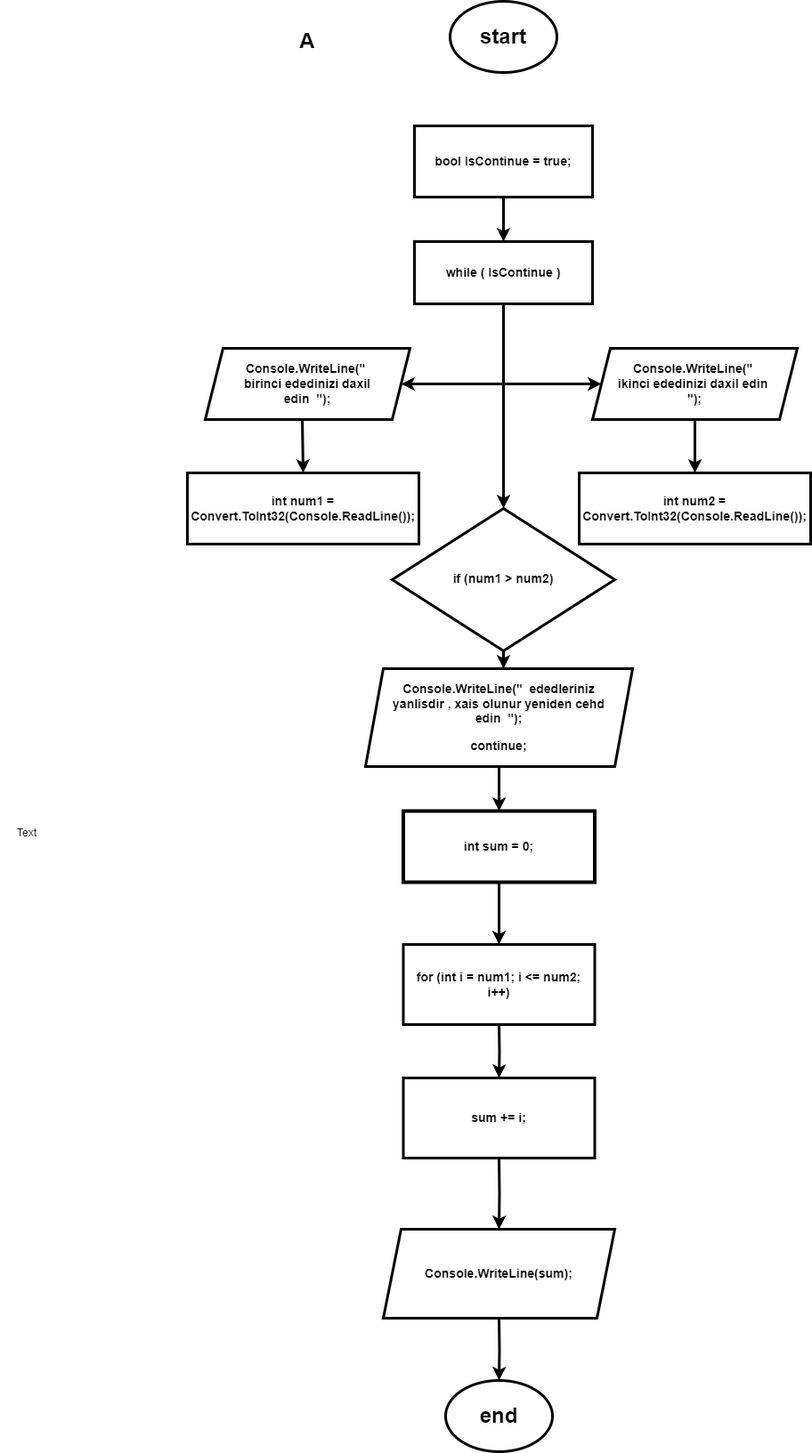
The draw.io diagram flowchart task A.png in Mehemmed-Cf/assigment, before a commit. Source tidied: cells renumbered, new cells last; positions are measured from the earlier drawing's top-left corner, leaving out a move shared by most shapes.
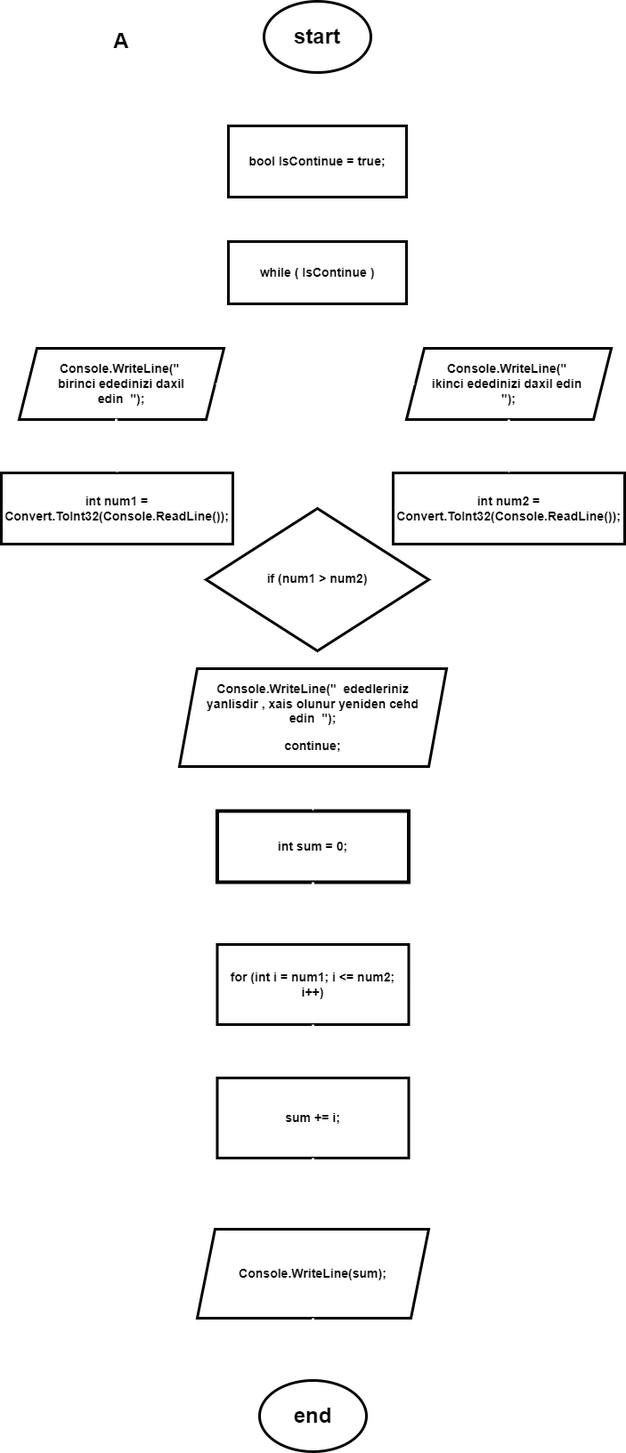
Later version of the same file.

Commit message:
trying to update flowchart A

Diff of the diagram source:
```diff
@@ -13,7 +13,7 @@
     <mxCell id="4" value="&lt;h1&gt;start&lt;/h1&gt;" style="text;html=1;strokeColor=none;fillColor=none;align=center;verticalAlign=middle;whiteSpace=wrap;rounded=0;" parent="1" vertex="1">
       <mxGeometry x="535" y="25" width="60" height="30" as="geometry" />
     </mxCell>
-    <mxCell id="5" style="edgeStyle=orthogonalEdgeStyle;rounded=0;jettySize=auto;html=1;exitX=0.5;exitY=1;exitDx=0;exitDy=0;entryX=0.5;entryY=0;entryDx=0;entryDy=0;strokeWidth=3;" parent="1" edge="1" source="6" target="10">
+    <mxCell id="5" style="edgeStyle=orthogonalEdgeStyle;rounded=0;jettySize=auto;html=1;exitX=0.5;exitY=1;exitDx=0;exitDy=0;entryX=0.5;entryY=0;entryDx=0;entryDy=0;strokeWidth=3;strokeColor=#FFFFFF;" parent="1" edge="1" source="6" target="10">
       <mxGeometry relative="1" as="geometry" />
     </mxCell>
     <mxCell id="6" style="rounded=0;whiteSpace=wrap;html=1;strokeWidth=3;" parent="1" vertex="1">
@@ -25,7 +25,7 @@
     <mxCell id="8" value="&lt;h1&gt;A&lt;/h1&gt;" style="text;html=1;strokeColor=none;fillColor=none;align=center;verticalAlign=middle;whiteSpace=wrap;rounded=0;" parent="1" vertex="1">
       <mxGeometry x="255" width="180" height="90" as="geometry" />
     </mxCell>
-    <mxCell id="9" style="edgeStyle=orthogonalEdgeStyle;rounded=0;jettySize=auto;html=1;exitX=0.5;exitY=1;exitDx=0;exitDy=0;entryX=0.5;entryY=0;entryDx=0;entryDy=0;strokeWidth=3;" parent="1" edge="1" source="10" target="39">
+    <mxCell id="9" style="edgeStyle=orthogonalEdgeStyle;rounded=0;jettySize=auto;html=1;exitX=0.5;exitY=1;exitDx=0;exitDy=0;entryX=0.5;entryY=0;entryDx=0;entryDy=0;strokeWidth=3;strokeColor=#FFFFFF;" parent="1" edge="1" source="10" target="39">
       <mxGeometry relative="1" as="geometry" />
     </mxCell>
     <mxCell id="10" style="rounded=0;whiteSpace=wrap;html=1;strokeWidth=3;" parent="1" vertex="1">
@@ -46,7 +46,7 @@
     <mxCell id="15" value="&lt;h3&gt;Console.WriteLine(&quot;&amp;nbsp; ikinci ededinizi daxil edin&amp;nbsp; &quot;);&lt;/h3&gt;" style="text;html=1;strokeColor=none;fillColor=none;align=center;verticalAlign=middle;whiteSpace=wrap;rounded=0;" parent="1" vertex="1">
       <mxGeometry x="690" y="400" width="180" height="60" as="geometry" />
     </mxCell>
-    <mxCell id="16" style="endArrow=classic;startArrow=classic;html=1;rounded=0;entryX=0;entryY=0.5;entryDx=0;entryDy=0;exitX=1;exitY=0.5;exitDx=0;exitDy=0;strokeWidth=3;" parent="1" edge="1" source="12" target="14">
+    <mxCell id="16" style="endArrow=classic;startArrow=classic;html=1;rounded=0;entryX=0;entryY=0.5;entryDx=0;entryDy=0;exitX=1;exitY=0.5;exitDx=0;exitDy=0;strokeWidth=3;strokeColor=#FFFFFF;" parent="1" edge="1" source="12" target="14">
       <mxGeometry relative="1" as="geometry" />
     </mxCell>
     <mxCell id="17" style="rounded=0;whiteSpace=wrap;html=1;strokeWidth=3;" parent="1" vertex="1">
@@ -61,15 +61,15 @@
     <mxCell id="20" value="&lt;h3&gt;int num2 = Convert.ToInt32(Console.ReadLine());&lt;/h3&gt;" style="text;html=1;strokeColor=none;fillColor=none;align=center;verticalAlign=middle;whiteSpace=wrap;rounded=0;" parent="1" vertex="1">
       <mxGeometry x="680" y="540" width="200" height="60" as="geometry" />
     </mxCell>
-    <mxCell id="21" style="endArrow=classic;html=1;rounded=0;exitX=0.474;exitY=0.99;exitDx=0;exitDy=0;exitPerimeter=0;entryX=0.5;entryY=0;entryDx=0;entryDy=0;strokeWidth=3;" parent="1" edge="1" source="12" target="17">
+    <mxCell id="21" style="endArrow=classic;html=1;rounded=0;exitX=0.474;exitY=0.99;exitDx=0;exitDy=0;exitPerimeter=0;entryX=0.5;entryY=0;entryDx=0;entryDy=0;strokeWidth=3;strokeColor=#FFFFFF;" parent="1" edge="1" source="12" target="17">
       <mxGeometry relative="1" as="geometry" />
     </mxCell>
-    <mxCell id="22" style="endArrow=classic;html=1;rounded=0;exitX=0.5;exitY=1;exitDx=0;exitDy=0;strokeWidth=3;" parent="1" edge="1" source="14">
+    <mxCell id="22" style="endArrow=classic;html=1;rounded=0;exitX=0.5;exitY=1;exitDx=0;exitDy=0;strokeWidth=3;strokeColor=#FFFFFF;" parent="1" edge="1" source="14">
       <mxGeometry relative="1" as="geometry">
         <mxPoint x="780" y="530" as="targetPoint" />
       </mxGeometry>
     </mxCell>
-    <mxCell id="23" style="endArrow=classic;html=1;rounded=0;exitX=0.5;exitY=1;exitDx=0;exitDy=0;strokeWidth=3;" parent="1" edge="1" source="39">
+    <mxCell id="23" style="endArrow=classic;html=1;rounded=0;exitX=0.5;exitY=1;exitDx=0;exitDy=0;strokeWidth=3;strokeColor=#FFFFFF;" parent="1" edge="1" source="39">
       <mxGeometry relative="1" as="geometry">
         <mxPoint x="565" y="750" as="targetPoint" />
       </mxGeometry>
@@ -77,7 +77,7 @@
     <mxCell id="24" style="rounded=0;whiteSpace=wrap;html=1;glass=0;shadow=0;strokeWidth=4;" parent="1" vertex="1">
       <mxGeometry x="452.5" y="910" width="215" height="80" as="geometry" />
     </mxCell>
-    <mxCell id="25" style="edgeStyle=orthogonalEdgeStyle;rounded=0;jettySize=auto;html=1;exitX=0.5;exitY=1;exitDx=0;exitDy=0;strokeWidth=3;" parent="1" edge="1" source="24" target="27">
+    <mxCell id="25" style="edgeStyle=orthogonalEdgeStyle;rounded=0;jettySize=auto;html=1;exitX=0.5;exitY=1;exitDx=0;exitDy=0;strokeWidth=3;strokeColor=#FFFFFF;" parent="1" edge="1" source="24" target="27">
       <mxGeometry relative="1" as="geometry" />
     </mxCell>
     <mxCell id="26" value="&lt;h3&gt;int sum = 0;&lt;/h3&gt;" style="text;html=1;strokeColor=none;fillColor=none;align=center;verticalAlign=middle;whiteSpace=wrap;rounded=0;" parent="1" vertex="1">
@@ -86,7 +86,7 @@
     <mxCell id="27" style="rounded=0;whiteSpace=wrap;html=1;glass=0;shadow=0;strokeWidth=3;" parent="1" vertex="1">
       <mxGeometry x="452.5" y="1060" width="215" height="90" as="geometry" />
     </mxCell>
-    <mxCell id="28" style="edgeStyle=orthogonalEdgeStyle;rounded=0;jettySize=auto;html=1;entryX=0.5;entryY=0;entryDx=0;entryDy=0;strokeWidth=3;" parent="1" edge="1" target="30">
+    <mxCell id="28" style="edgeStyle=orthogonalEdgeStyle;rounded=0;jettySize=auto;html=1;entryX=0.5;entryY=0;entryDx=0;entryDy=0;strokeWidth=3;strokeColor=#FFFFFF;" parent="1" edge="1" target="30">
       <mxGeometry relative="1" as="geometry">
         <mxPoint x="560" y="1150" as="sourcePoint" />
       </mxGeometry>
@@ -97,7 +97,7 @@
     <mxCell id="30" style="rounded=0;whiteSpace=wrap;html=1;glass=0;shadow=0;strokeWidth=3;" parent="1" vertex="1">
       <mxGeometry x="452.5" y="1210" width="215" height="90" as="geometry" />
     </mxCell>
-    <mxCell id="31" style="edgeStyle=orthogonalEdgeStyle;rounded=0;jettySize=auto;html=1;entryX=0.5;entryY=0;entryDx=0;entryDy=0;strokeColor=default;strokeWidth=3;" parent="1" edge="1" target="36">
+    <mxCell id="31" style="edgeStyle=orthogonalEdgeStyle;rounded=0;jettySize=auto;html=1;entryX=0.5;entryY=0;entryDx=0;entryDy=0;strokeColor=#FFFFFF;strokeWidth=3;" parent="1" edge="1" target="36">
       <mxGeometry relative="1" as="geometry">
         <mxPoint x="560" y="1300" as="sourcePoint" />
       </mxGeometry>
@@ -105,7 +105,7 @@
     <mxCell id="32" value="&lt;h3&gt;sum += i;&lt;/h3&gt;" style="text;html=1;strokeColor=none;fillColor=none;align=center;verticalAlign=middle;whiteSpace=wrap;rounded=0;" parent="1" vertex="1">
       <mxGeometry x="460" y="1220" width="200" height="70" as="geometry" />
     </mxCell>
-    <mxCell id="33" style="edgeStyle=orthogonalEdgeStyle;rounded=0;jettySize=auto;html=1;entryX=0.5;entryY=0;entryDx=0;entryDy=0;strokeWidth=3;" parent="1" edge="1" source="34" target="24">
+    <mxCell id="33" style="edgeStyle=orthogonalEdgeStyle;rounded=0;jettySize=auto;html=1;entryX=0.5;entryY=0;entryDx=0;entryDy=0;strokeWidth=3;strokeColor=#FFFFFF;" parent="1" edge="1" source="34" target="24">
       <mxGeometry relative="1" as="geometry" />
     </mxCell>
     <mxCell id="34" style="shape=parallelogram;perimeter=parallelogramPerimeter;whiteSpace=wrap;html=1;fixedSize=1;perimeterSpacing=0;strokeWidth=3;" parent="1" vertex="1">
@@ -117,7 +117,7 @@
     <mxCell id="36" style="shape=parallelogram;perimeter=parallelogramPerimeter;whiteSpace=wrap;html=1;fixedSize=1;strokeWidth=3;" parent="1" vertex="1">
       <mxGeometry x="430" y="1380" width="260" height="100" as="geometry" />
     </mxCell>
-    <mxCell id="37" style="edgeStyle=orthogonalEdgeStyle;rounded=0;jettySize=auto;html=1;entryX=0.5;entryY=0;entryDx=0;entryDy=0;strokeWidth=3;" parent="1" edge="1" target="41">
+    <mxCell id="37" style="edgeStyle=orthogonalEdgeStyle;rounded=0;jettySize=auto;html=1;entryX=0.5;entryY=0;entryDx=0;entryDy=0;strokeWidth=3;strokeColor=#FFFFFF;" parent="1" edge="1" target="41">
       <mxGeometry relative="1" as="geometry">
         <mxPoint x="560" y="1480" as="sourcePoint" />
       </mxGeometry>
@@ -137,8 +137,5 @@
     <mxCell id="42" value="&lt;h1&gt;end&lt;/h1&gt;" style="text;html=1;strokeColor=none;fillColor=none;align=center;verticalAlign=middle;whiteSpace=wrap;rounded=0;" parent="1" vertex="1">
       <mxGeometry x="510" y="1560" width="100" height="60" as="geometry" />
     </mxCell>
-    <mxCell id="43" value="Text" style="text;html=1;strokeColor=none;fillColor=none;align=center;verticalAlign=middle;whiteSpace=wrap;rounded=0;" parent="1" vertex="1">
-      <mxGeometry y="920" width="60" height="30" as="geometry" />
-    </mxCell>
   </root>
 </mxGraphModel>
```
